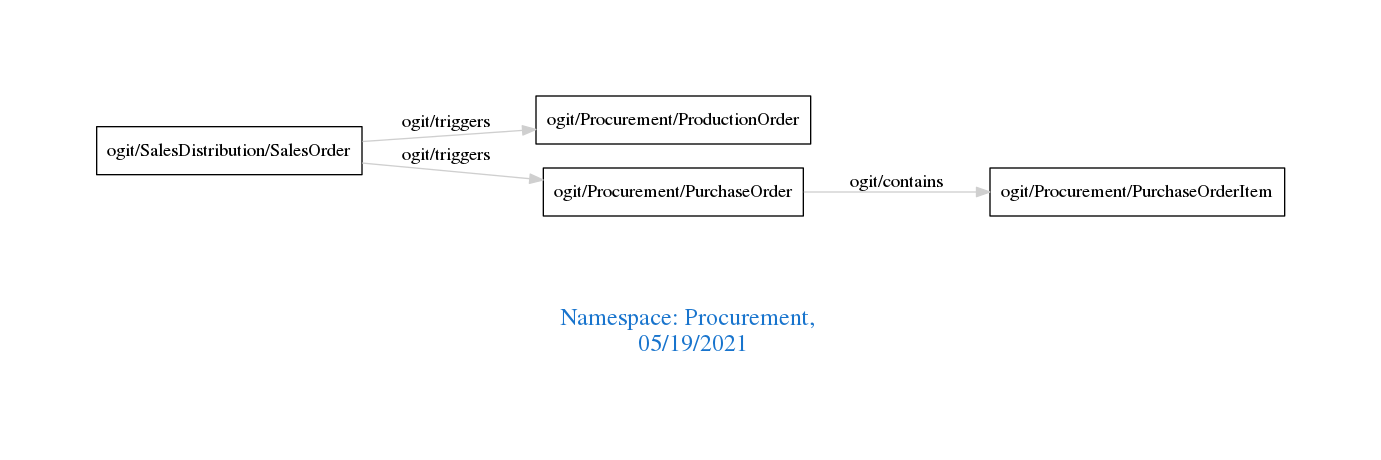
Before: downloads/Procurement.png, a diagram exported from Graphviz (arago/OGIT). Its source is kept beside it as downloads/Procurement.dot.
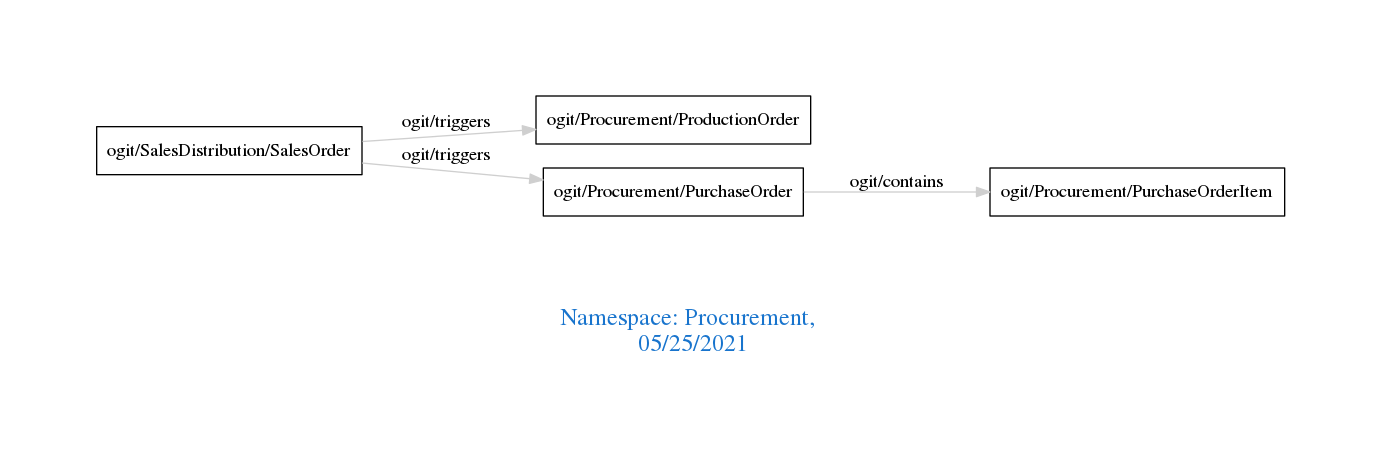
The same file after the commit.

Diff of the diagram source:
```diff
@@ -1,7 +1,7 @@
 digraph OGIT_ontology {
  graph [ rankdir= LR,pad=1
 fontsize = 18,
-fontcolor= dodgerblue3,label = "\n\n\nNamespace: Procurement, \n 05/19/2021"];
+fontcolor= dodgerblue3,label = "\n\n\nNamespace: Procurement, \n 05/25/2021"];
 node[shape=polygon];
 edge [  color="gray81"];
 
```
